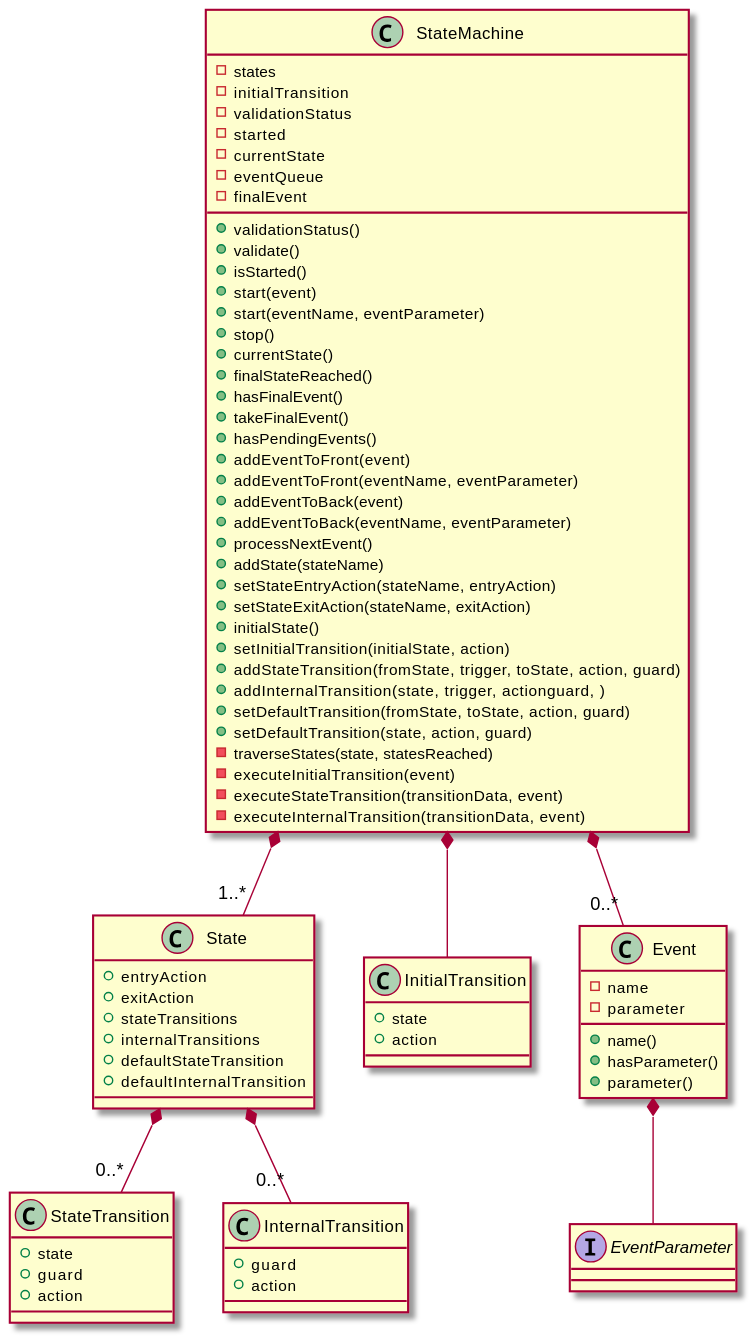
This is docs/Diagrams/ClassDiagrams/StateMachine.svg from djurodrljaca/CppStateMachineFramework, a PlantUML export, as it was before one commit.
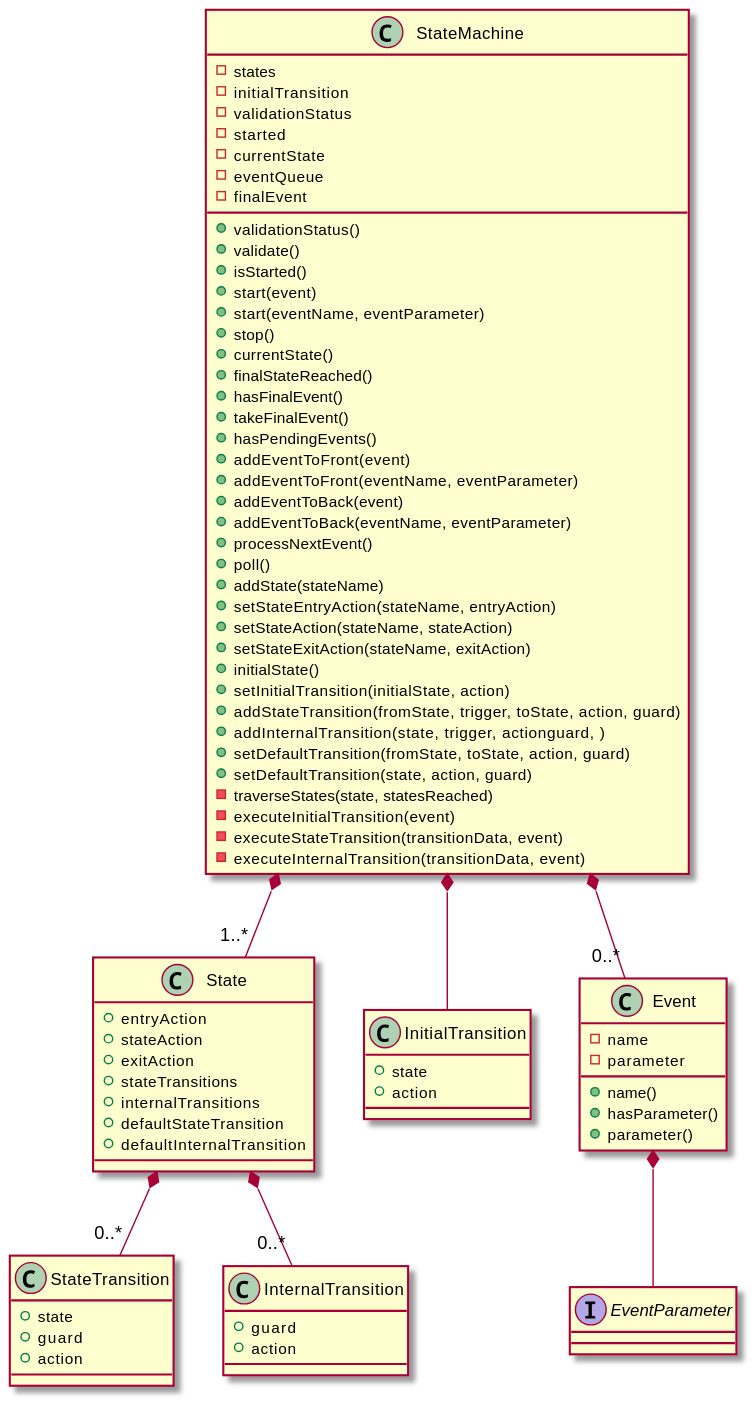
After the change.

Diff of the diagram source:
```diff
@@ -33,8 +33,10 @@
     +addEventToBack(event)
     +addEventToBack(eventName, eventParameter)
     +processNextEvent()
+    +poll()
     +addState(stateName)
     +setStateEntryAction(stateName, entryAction)
+    +setStateAction(stateName, stateAction)
     +setStateExitAction(stateName, exitAction)
     +initialState()
     +setInitialTransition(initialState, action)
@@ -50,6 +52,7 @@
 
 class State {
     +entryAction
+    +stateAction
     +exitAction
     +stateTransitions
     +internalTransitions
```
